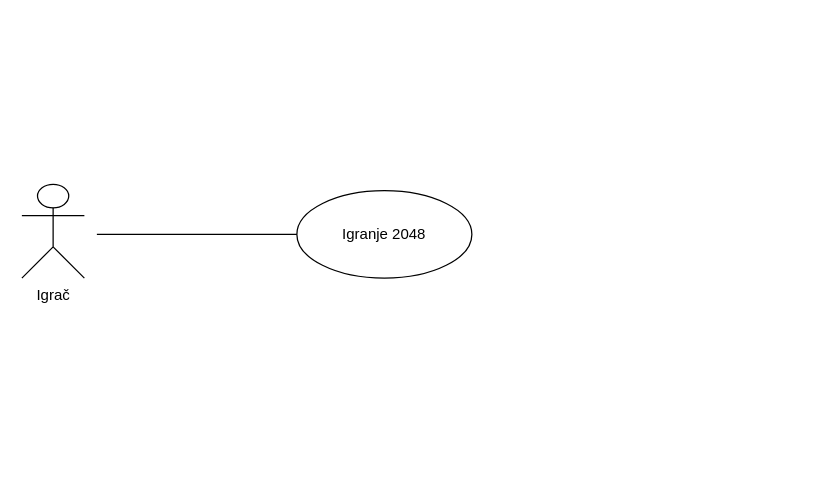
Earlier version of the draw.io diagram page "UseCase: Igranje 2048" (1 of 3) of dijagram.drawio (ivanaher/2048). Source tidied: cells renumbered, new cells numbered last; positions are measured from the earlier drawing's top-left corner, leaving out a move shared by most shapes. Both pictures are drawn from the tidied source at 125%, with x=0, y=0 at pixel (21, 184).
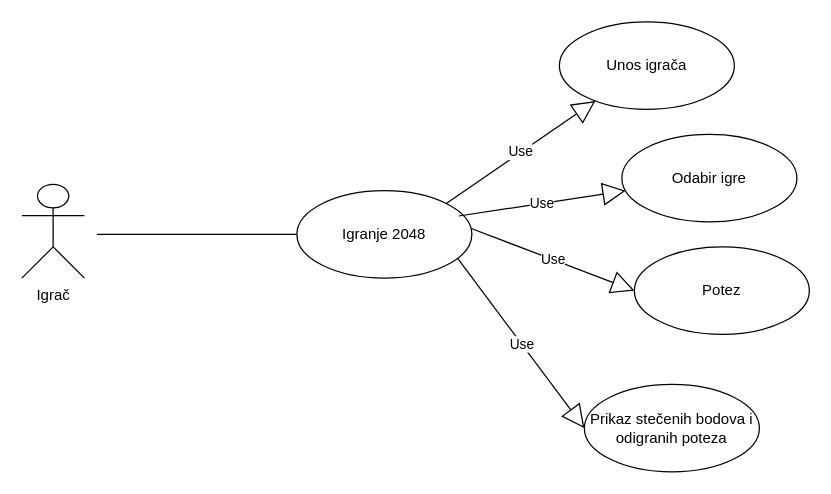
The same diagram, later.

The edit, as a diff of the source:
```diff
@@
 <mxGraphModel>
   <root>
     <mxCell id="0" />
     <mxCell id="1" parent="0" />
     <mxCell id="2" value="Igrač" style="shape=umlActor;verticalLabelPosition=bottom;verticalAlign=top;html=1;" parent="1" vertex="1">
       <mxGeometry width="50" height="75" as="geometry" />
     </mxCell>
     <mxCell id="3" value="Igranje 2048" style="ellipse;whiteSpace=wrap;html=1;" parent="1" vertex="1">
       <mxGeometry x="220" y="5" width="140" height="70" as="geometry" />
     </mxCell>
     <mxCell id="4" style="endArrow=none;html=1;exitX=0;exitY=0.5;exitDx=0;exitDy=0;" parent="1" edge="1" source="3">
       <mxGeometry relative="1" as="geometry">
         <mxPoint x="60" y="40" as="targetPoint" />
       </mxGeometry>
     </mxCell>
+    <mxCell id="5" value="Unos igrača" style="ellipse;whiteSpace=wrap;html=1;" parent="1" vertex="1">
+      <mxGeometry x="430" y="-130" width="140" height="70" as="geometry" />
+    </mxCell>
+    <mxCell id="6" value="Odabir igre" style="ellipse;whiteSpace=wrap;html=1;" parent="1" vertex="1">
+      <mxGeometry x="480" y="-40" width="140" height="70" as="geometry" />
+    </mxCell>
+    <mxCell id="7" value="Potez" style="ellipse;whiteSpace=wrap;html=1;" parent="1" vertex="1">
+      <mxGeometry x="490" y="50" width="140" height="70" as="geometry" />
+    </mxCell>
+    <mxCell id="8" value="Prikaz stečenih bodova i odigranih poteza" style="ellipse;whiteSpace=wrap;html=1;" parent="1" vertex="1">
+      <mxGeometry x="450" y="160" width="140" height="70" as="geometry" />
+    </mxCell>
+    <mxCell id="9" value="Use" style="endArrow=block;endSize=16;endFill=0;html=1;exitX=1;exitY=0;exitDx=0;exitDy=0;" parent="1" edge="1" source="3" target="5">
+      <mxGeometry relative="1" as="geometry" />
+    </mxCell>
+    <mxCell id="10" value="Use" style="endArrow=block;endSize=16;endFill=0;html=1;exitX=1;exitY=0;exitDx=0;exitDy=0;" parent="1" edge="1" target="6">
+      <mxGeometry relative="1" as="geometry">
+        <mxPoint x="349.5" y="25.3" as="sourcePoint" />
+      </mxGeometry>
+    </mxCell>
+    <mxCell id="11" value="Use" style="endArrow=block;endSize=16;endFill=0;html=1;exitX=1;exitY=0;exitDx=0;exitDy=0;entryX=0;entryY=0.5;entryDx=0;entryDy=0;" parent="1" edge="1" target="7">
+      <mxGeometry relative="1" as="geometry">
+        <mxPoint x="359.5" y="35.3" as="sourcePoint" />
+      </mxGeometry>
+    </mxCell>
+    <mxCell id="12" value="Use" style="endArrow=block;endSize=16;endFill=0;html=1;exitX=0.92;exitY=0.777;exitDx=0;exitDy=0;exitPerimeter=0;entryX=0;entryY=0.5;entryDx=0;entryDy=0;" parent="1" edge="1" source="3" target="8">
+      <mxGeometry relative="1" as="geometry" />
+    </mxCell>
   </root>
 </mxGraphModel>
```
